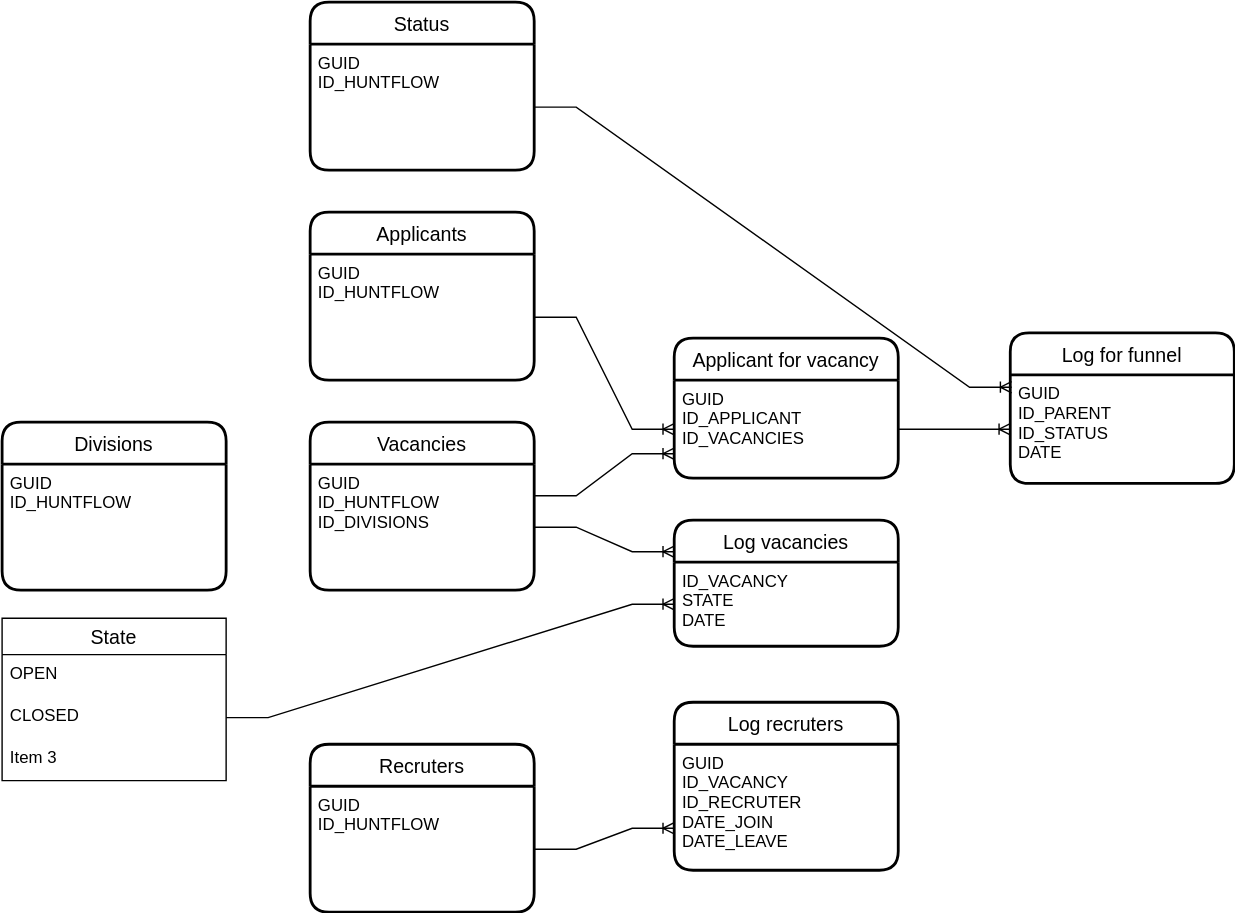
This is er.drawio.svg from Rikanda/for_admitad, a draw.io export, as it was before one commit. Source tidied: cells renumbered, new cells last; positions are measured from the earlier drawing's top-left corner, leaving out a move shared by most shapes.
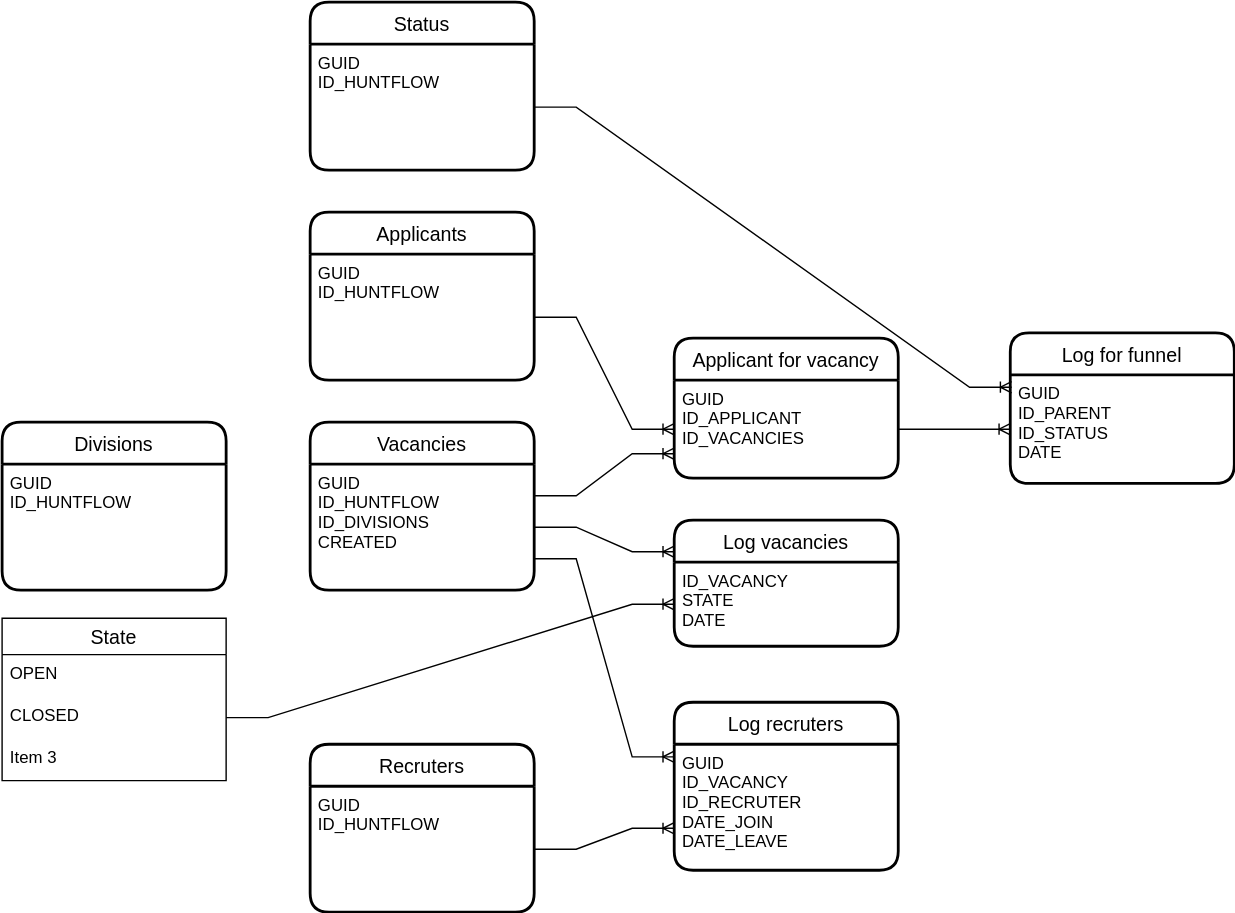
After the change.

What changed in the source:
```diff
@@ -11,7 +11,7 @@
     <mxCell id="4" value="Vacancies" style="swimlane;horizontal=1;startSize=30;rounded=1;fontSize=14;fontStyle=0;strokeWidth=2;shadow=0;dashed=0;align=center;" parent="1" vertex="1">
       <mxGeometry x="220" y="300" width="160" height="120" as="geometry" />
     </mxCell>
-    <mxCell id="5" value="GUID&#10;ID_HUNTFLOW&#10;ID_DIVISIONS" style="align=left;strokeColor=none;fillColor=none;spacingLeft=4;fontSize=12;verticalAlign=top;" parent="4" vertex="1">
+    <mxCell id="5" value="GUID&#10;ID_HUNTFLOW&#10;ID_DIVISIONS&#10;CREATED" style="align=left;strokeColor=none;fillColor=none;spacingLeft=4;fontSize=12;verticalAlign=top;" parent="4" vertex="1">
       <mxGeometry y="30" width="160" height="90" as="geometry" />
     </mxCell>
     <mxCell id="6" value="Recruters" style="swimlane;horizontal=1;startSize=30;rounded=1;fontSize=14;fontStyle=0;strokeWidth=2;shadow=0;dashed=0;align=center;" parent="1" vertex="1">
@@ -89,5 +89,10 @@
     <mxCell id="30" style="edgeStyle=entityRelationEdgeStyle;fontSize=12;html=1;endArrow=ERoneToMany;rounded=0;exitX=1;exitY=0.25;exitDx=0;exitDy=0;entryX=0;entryY=0.75;entryDx=0;entryDy=0;" parent="1" edge="1" source="5" target="17">
       <mxGeometry relative="1" as="geometry" />
     </mxCell>
+    <mxCell id="31" style="edgeStyle=entityRelationEdgeStyle;fontSize=12;html=1;endArrow=ERoneToMany;rounded=0;exitX=1;exitY=0.75;exitDx=0;exitDy=0;" parent="1" edge="1" source="5">
+      <mxGeometry relative="1" as="geometry">
+        <mxPoint x="480" y="539" as="targetPoint" />
+      </mxGeometry>
+    </mxCell>
   </root>
 </mxGraphModel>
```
